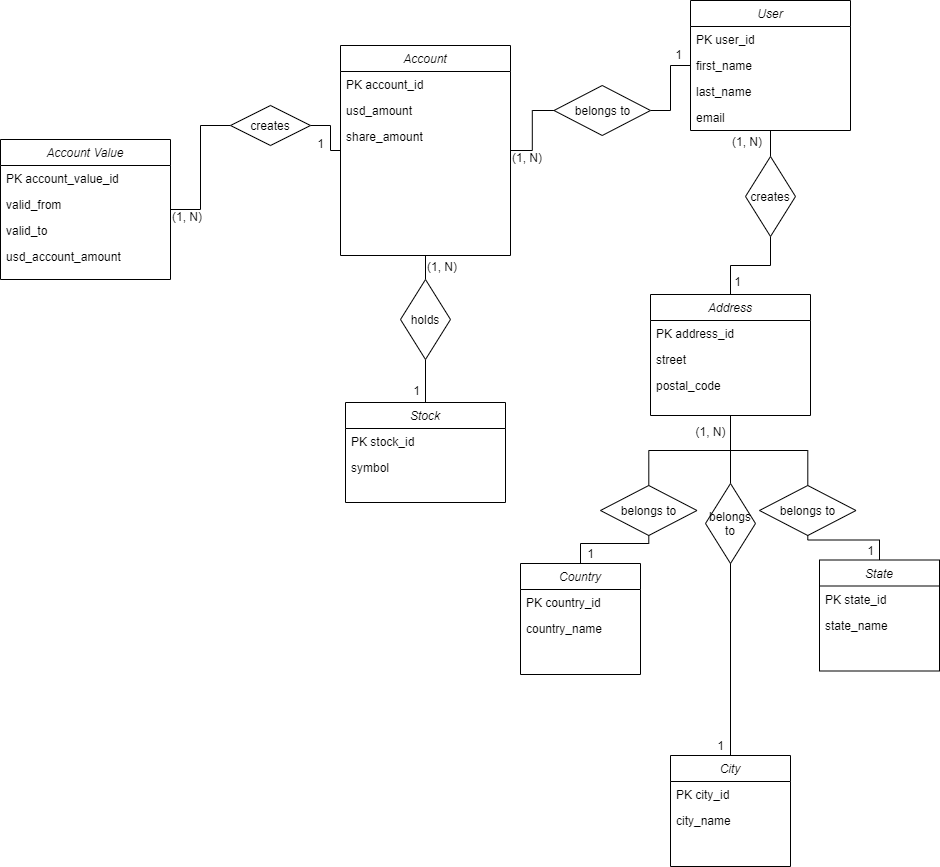
The draw.io diagram assets/data_model.png in dporth/stock-simulator, before a commit. Source tidied: cells renumbered, new cells last; positions are measured from the earlier drawing's top-left corner, leaving out a move shared by most shapes.
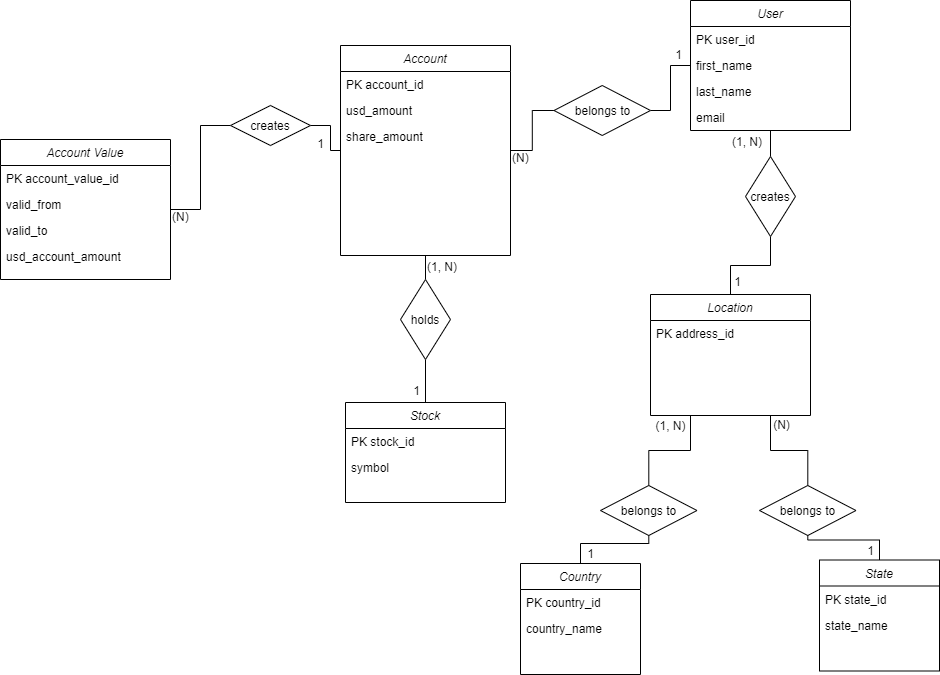
The same diagram one commit later.

The edit, as a diff of the source:
```diff
@@ -38,18 +38,12 @@
     <mxCell id="13" value="email" style="text;align=left;verticalAlign=top;spacingLeft=4;spacingRight=4;overflow=hidden;rounded=0;shadow=0;html=0;" parent="9" vertex="1">
       <mxGeometry y="104" width="160" height="26" as="geometry" />
     </mxCell>
-    <mxCell id="14" value="Address" style="swimlane;fontStyle=2;align=center;verticalAlign=top;horizontal=1;startSize=26;rounded=0;shadow=0;strokeWidth=1;" parent="1" vertex="1">
+    <mxCell id="14" value="Location" style="swimlane;fontStyle=2;align=center;verticalAlign=top;horizontal=1;startSize=26;rounded=0;shadow=0;strokeWidth=1;" parent="1" vertex="1">
       <mxGeometry x="650" y="294" width="160" height="121" as="geometry" />
     </mxCell>
     <mxCell id="15" value="PK address_id" style="text;align=left;verticalAlign=top;spacingLeft=4;spacingRight=4;overflow=hidden;" parent="14" vertex="1">
       <mxGeometry y="26" width="160" height="26" as="geometry" />
     </mxCell>
-    <mxCell id="16" value="street" style="text;align=left;verticalAlign=top;spacingLeft=4;spacingRight=4;overflow=hidden;" parent="14" vertex="1">
-      <mxGeometry y="52" width="160" height="26" as="geometry" />
-    </mxCell>
-    <mxCell id="17" value="postal_code" style="text;align=left;verticalAlign=top;spacingLeft=4;spacingRight=4;overflow=hidden;rounded=0;shadow=0;html=0;" parent="14" vertex="1">
-      <mxGeometry y="78" width="160" height="26" as="geometry" />
-    </mxCell>
     <mxCell id="18" value="(1, N)" style="align=left;verticalAlign=bottom;labelBackgroundColor=none;fontSize=12;" parent="1" vertex="1">
       <mxGeometry x="425" y="275" as="geometry" />
     </mxCell>
@@ -79,7 +73,7 @@
     <mxCell id="26" value="usd_account_amount&#10;" style="text;align=left;verticalAlign=top;spacingLeft=4;spacingRight=4;overflow=hidden;" parent="22" vertex="1">
       <mxGeometry y="104" width="170" height="26" as="geometry" />
     </mxCell>
-    <mxCell id="27" value="(1, N)" style="align=left;verticalAlign=bottom;labelBackgroundColor=none;fontSize=12;" parent="1" vertex="1">
+    <mxCell id="27" value="(N)" style="align=left;verticalAlign=bottom;labelBackgroundColor=none;fontSize=12;" parent="1" vertex="1">
       <mxGeometry x="170" y="225" as="geometry" />
     </mxCell>
     <mxCell id="28" value="1" style="align=right;verticalAlign=bottom;labelBackgroundColor=none;fontSize=12;" parent="1" vertex="1">
@@ -105,7 +99,7 @@
     <mxCell id="34" value="creates" style="rhombus;whiteSpace=wrap;html=1;" parent="1" vertex="1">
       <mxGeometry x="230" y="105" width="80" height="40" as="geometry" />
     </mxCell>
-    <mxCell id="35" value="(1, N)" style="align=left;verticalAlign=bottom;labelBackgroundColor=none;fontSize=12;" parent="1" vertex="1">
+    <mxCell id="35" value="(N)" style="align=left;verticalAlign=bottom;labelBackgroundColor=none;fontSize=12;" parent="1" vertex="1">
       <mxGeometry x="510" y="166" as="geometry" />
     </mxCell>
     <mxCell id="36" value="1" style="align=right;verticalAlign=bottom;labelBackgroundColor=none;fontSize=12;" parent="1" vertex="1">
@@ -131,19 +125,7 @@
     <mxCell id="42" value="holds" style="rhombus;whiteSpace=wrap;html=1;" parent="1" vertex="1">
       <mxGeometry x="400" y="279" width="50" height="80" as="geometry" />
     </mxCell>
-    <mxCell id="43" style="edgeStyle=orthogonalEdgeStyle;rounded=0;jettySize=auto;html=1;startArrow=none;startFill=0;endArrow=none;endFill=0;" parent="1" edge="1" source="59" target="14">
-      <mxGeometry relative="1" as="geometry" />
-    </mxCell>
-    <mxCell id="44" value="City" style="swimlane;fontStyle=2;align=center;verticalAlign=top;horizontal=1;startSize=26;rounded=0;shadow=0;strokeWidth=1;" parent="1" vertex="1">
-      <mxGeometry x="670" y="755" width="120" height="111" as="geometry" />
-    </mxCell>
-    <mxCell id="45" value="PK city_id" style="text;align=left;verticalAlign=top;spacingLeft=4;spacingRight=4;overflow=hidden;" parent="44" vertex="1">
-      <mxGeometry y="26" width="120" height="26" as="geometry" />
-    </mxCell>
-    <mxCell id="46" value="city_name" style="text;align=left;verticalAlign=top;spacingLeft=4;spacingRight=4;overflow=hidden;" parent="44" vertex="1">
-      <mxGeometry y="52" width="120" height="26" as="geometry" />
-    </mxCell>
-    <mxCell id="47" style="edgeStyle=orthogonalEdgeStyle;rounded=0;jettySize=auto;html=1;startArrow=none;startFill=0;endArrow=none;endFill=0;" parent="1" edge="1" source="63" target="14">
+    <mxCell id="47" style="edgeStyle=orthogonalEdgeStyle;rounded=0;jettySize=auto;html=1;startArrow=none;startFill=0;endArrow=none;endFill=0;entryX=0.25;entryY=1;entryDx=0;entryDy=0;" parent="1" edge="1" source="63" target="14">
       <mxGeometry relative="1" as="geometry" />
     </mxCell>
     <mxCell id="48" value="Country" style="swimlane;fontStyle=2;align=center;verticalAlign=top;horizontal=1;startSize=26;rounded=0;shadow=0;strokeWidth=1;" parent="1" vertex="1">
@@ -155,7 +137,7 @@
     <mxCell id="50" value="country_name" style="text;align=left;verticalAlign=top;spacingLeft=4;spacingRight=4;overflow=hidden;" parent="48" vertex="1">
       <mxGeometry y="52" width="120" height="26" as="geometry" />
     </mxCell>
-    <mxCell id="51" style="edgeStyle=orthogonalEdgeStyle;rounded=0;jettySize=auto;html=1;startArrow=none;startFill=0;endArrow=none;endFill=0;" parent="1" edge="1" source="61" target="14">
+    <mxCell id="51" style="edgeStyle=orthogonalEdgeStyle;rounded=0;jettySize=auto;html=1;startArrow=none;startFill=0;endArrow=none;endFill=0;entryX=0.75;entryY=1;entryDx=0;entryDy=0;" parent="1" edge="1" source="61" target="14">
       <mxGeometry relative="1" as="geometry" />
     </mxCell>
     <mxCell id="52" value="State" style="swimlane;fontStyle=2;align=center;verticalAlign=top;horizontal=1;startSize=26;rounded=0;shadow=0;strokeWidth=1;" parent="1" vertex="1">
@@ -167,24 +149,15 @@
     <mxCell id="54" value="state_name" style="text;align=left;verticalAlign=top;spacingLeft=4;spacingRight=4;overflow=hidden;" parent="52" vertex="1">
       <mxGeometry y="52" width="120" height="26" as="geometry" />
     </mxCell>
-    <mxCell id="55" value="1" style="text;html=1;align=center;verticalAlign=middle;" parent="1" vertex="1">
-      <mxGeometry x="710" y="735" width="20" height="20" as="geometry" />
-    </mxCell>
     <mxCell id="56" value="1" style="text;html=1;align=center;verticalAlign=middle;" parent="1" vertex="1">
       <mxGeometry x="860" y="539.5" width="20" height="20" as="geometry" />
     </mxCell>
     <mxCell id="57" value="1" style="text;html=1;align=center;verticalAlign=middle;" parent="1" vertex="1">
       <mxGeometry x="580" y="543" width="20" height="20" as="geometry" />
     </mxCell>
-    <mxCell id="58" value="(1, N)" style="text;html=1;align=center;verticalAlign=middle;" parent="1" vertex="1">
-      <mxGeometry x="685" y="421" width="50" height="20" as="geometry" />
+    <mxCell id="58" value="(N)" style="text;html=1;align=center;verticalAlign=middle;" parent="1" vertex="1">
+      <mxGeometry x="766" y="414" width="30" height="20" as="geometry" />
     </mxCell>
-    <mxCell id="59" value="belongs&lt;br&gt;to" style="rhombus;whiteSpace=wrap;html=1;" parent="1" vertex="1">
-      <mxGeometry x="705" y="483" width="50" height="80" as="geometry" />
-    </mxCell>
-    <mxCell id="60" style="edgeStyle=orthogonalEdgeStyle;rounded=0;jettySize=auto;html=1;startArrow=none;startFill=0;endArrow=none;endFill=0;" parent="1" edge="1" source="44" target="59">
-      <mxGeometry relative="1" as="geometry" />
-    </mxCell>
     <mxCell id="61" value="belongs to" style="rhombus;whiteSpace=wrap;html=1;" parent="1" vertex="1">
       <mxGeometry x="759" y="485" width="96.5" height="50" as="geometry" />
     </mxCell>
@@ -197,5 +170,8 @@
     <mxCell id="64" style="edgeStyle=orthogonalEdgeStyle;rounded=0;jettySize=auto;html=1;startArrow=none;startFill=0;endArrow=none;endFill=0;" parent="1" edge="1" source="48" target="63">
       <mxGeometry relative="1" as="geometry" />
     </mxCell>
+    <mxCell id="65" value="(1, N)" style="text;html=1;align=center;verticalAlign=middle;" parent="1" vertex="1">
+      <mxGeometry x="645" y="415" width="50" height="20" as="geometry" />
+    </mxCell>
   </root>
 </mxGraphModel>
```
